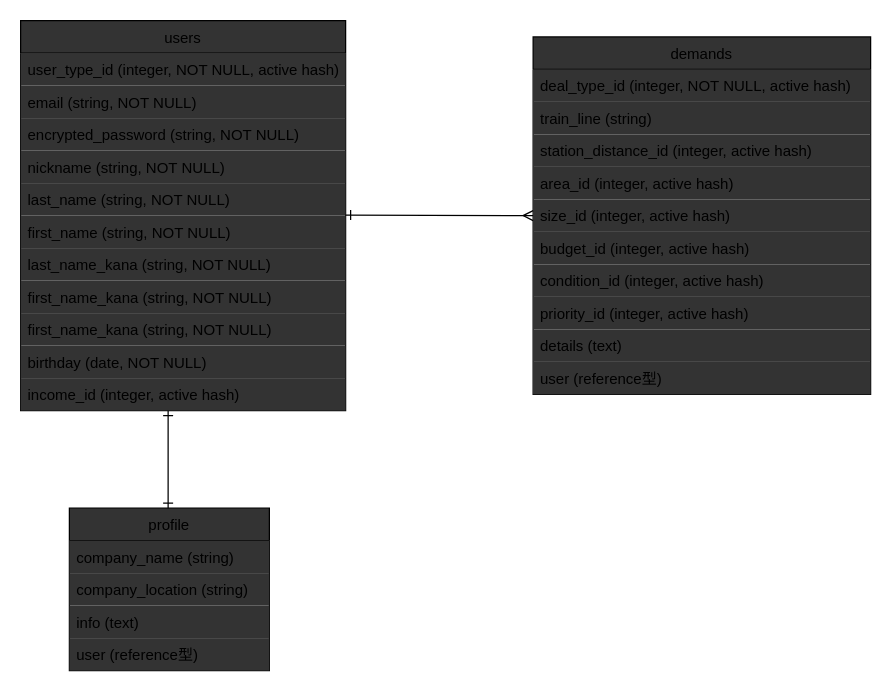
yesiamhayato/advanced-suumo keeps this draw.io diagram as advanced-suumo.dio. Above is the earlier version. Source tidied: cells renumbered, new cells numbered last; positions are measured from the earlier drawing's top-left corner, leaving out a move shared by most shapes. Both pictures are drawn from the tidied source at 125%, with x=0, y=0 at pixel (20, 20).
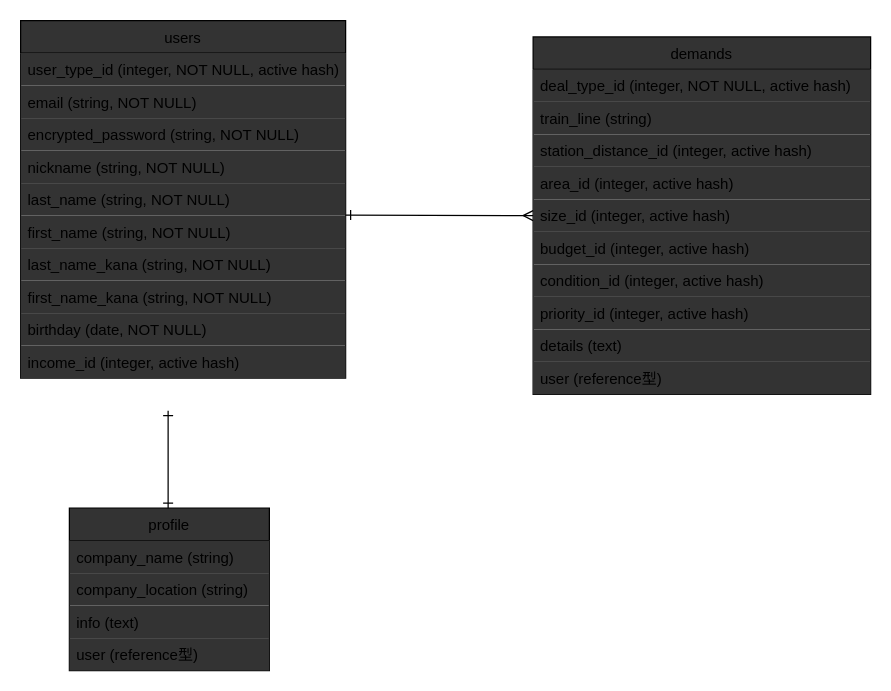
The same page after the edit.

What changed in the source:
```diff
@@
     <mxCell id="2" value="users" style="swimlane;fontStyle=0;horizontal=1;startSize=26;fillColor=#333333;" parent="1" vertex="1">
-      <mxGeometry width="260" height="312" as="geometry" />
+      <mxGeometry width="260" height="286" as="geometry" />
     </mxCell>
@@
-    <mxCell id="11" value="first_name_kana (string, NOT NULL)" style="text;strokeColor=none;fillColor=#333333;align=left;verticalAlign=top;spacingLeft=4;spacingRight=4;overflow=hidden;" parent="2" vertex="1">
-      <mxGeometry y="234" width="260" height="26" as="geometry" />
-    </mxCell>
     <mxCell id="12" value="birthday (date, NOT NULL)" style="text;strokeColor=none;fillColor=#333333;align=left;verticalAlign=top;spacingLeft=4;spacingRight=4;overflow=hidden;" parent="2" vertex="1">
-      <mxGeometry y="260" width="260" height="26" as="geometry" />
+      <mxGeometry y="234" width="260" height="26" as="geometry" />
     </mxCell>
     <mxCell id="13" value="income_id (integer, active hash)" style="text;strokeColor=none;fillColor=#333333;align=left;verticalAlign=top;spacingLeft=4;spacingRight=4;overflow=hidden;points=[[0,0.5],[1,0.5]];portConstraint=eastwest;" parent="2" vertex="1">
-      <mxGeometry y="286" width="260" height="26" as="geometry" />
+      <mxGeometry y="260" width="260" height="26" as="geometry" />
     </mxCell>
```
